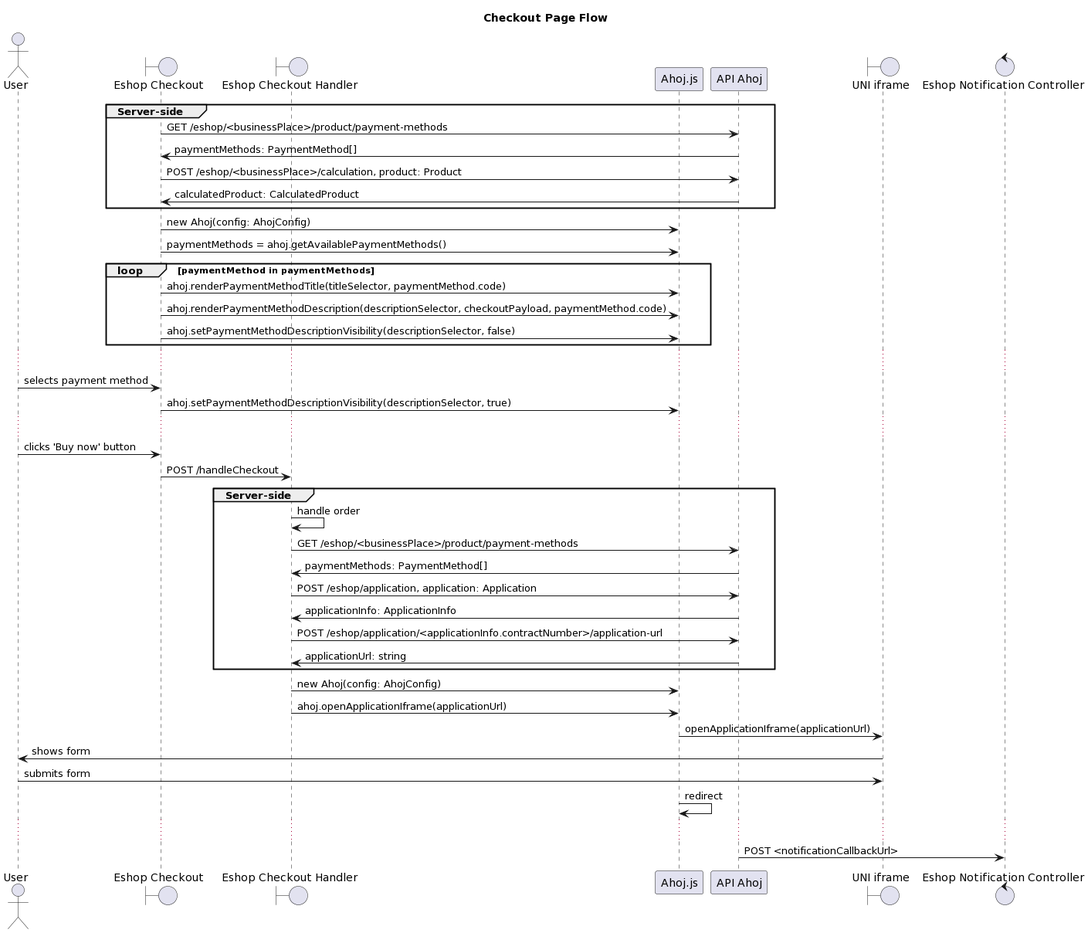
This is checkout-sequence-diagram.png from mmedzay/ahoj-uniapi, a PlantUML export, as it was before one commit.
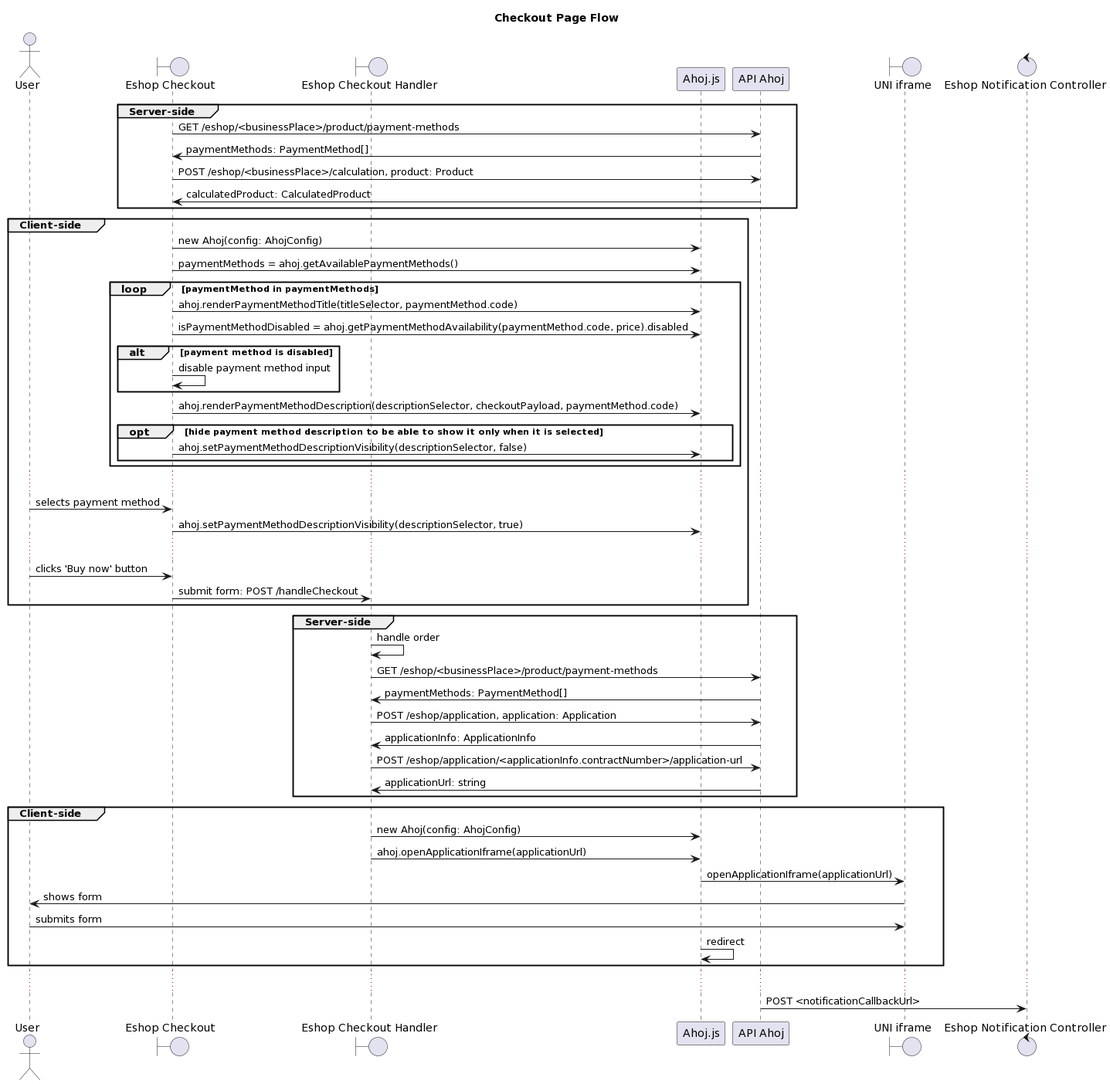
The same diagram one commit later.

What changed in the source:
```diff
@@ -9,39 +9,49 @@
 control "Eshop Notification Controller"
 
 group Server-side
-"Eshop Checkout" -> "API Ahoj": GET /eshop/<businessPlace>/product/payment-methods
-"API Ahoj" -> "Eshop Checkout": paymentMethods: PaymentMethod[]
-"Eshop Checkout" -> "API Ahoj": POST /eshop/<businessPlace>/calculation, product: Product
-"API Ahoj" -> "Eshop Checkout": calculatedProduct: CalculatedProduct
+    "Eshop Checkout" -> "API Ahoj": GET /eshop/<businessPlace>/product/payment-methods
+    "API Ahoj" -> "Eshop Checkout": paymentMethods: PaymentMethod[]
+    "Eshop Checkout" -> "API Ahoj": POST /eshop/<businessPlace>/calculation, product: Product
+    "API Ahoj" -> "Eshop Checkout": calculatedProduct: CalculatedProduct
 end
-"Eshop Checkout" -> Ahoj.js: new Ahoj(config: AhojConfig)
-"Eshop Checkout" -> Ahoj.js: paymentMethods = ahoj.getAvailablePaymentMethods()
-loop paymentMethod in paymentMethods
-"Eshop Checkout" -> Ahoj.js: ahoj.renderPaymentMethodTitle(titleSelector, paymentMethod.code)
-"Eshop Checkout" -> Ahoj.js: ahoj.renderPaymentMethodDescription(descriptionSelector, checkoutPayload, paymentMethod.code)
-"Eshop Checkout" -> Ahoj.js: ahoj.setPaymentMethodDescriptionVisibility(descriptionSelector, false)
+group Client-side
+    "Eshop Checkout" -> Ahoj.js: new Ahoj(config: AhojConfig)
+    "Eshop Checkout" -> Ahoj.js: paymentMethods = ahoj.getAvailablePaymentMethods()
+    loop paymentMethod in paymentMethods
+        "Eshop Checkout" -> Ahoj.js: ahoj.renderPaymentMethodTitle(titleSelector, paymentMethod.code)
+        "Eshop Checkout" -> Ahoj.js: isPaymentMethodDisabled = ahoj.getPaymentMethodAvailability(paymentMethod.code, price).disabled
+        alt payment method is disabled
+            "Eshop Checkout" -> "Eshop Checkout": disable payment method input
+        end
+        "Eshop Checkout" -> Ahoj.js: ahoj.renderPaymentMethodDescription(descriptionSelector, checkoutPayload, paymentMethod.code)
+        opt hide payment method description to be able to show it only when it is selected
+            "Eshop Checkout" -> Ahoj.js: ahoj.setPaymentMethodDescriptionVisibility(descriptionSelector, false)
+        end
+    end
+    ...
+    User -> "Eshop Checkout": selects payment method
+    "Eshop Checkout" -> Ahoj.js: ahoj.setPaymentMethodDescriptionVisibility(descriptionSelector, true)
+    ...
+    User -> "Eshop Checkout": clicks 'Buy now' button
+    "Eshop Checkout" -> "Eshop Checkout Handler": submit form: POST /handleCheckout
 end
-...
-User -> "Eshop Checkout": selects payment method
-"Eshop Checkout" -> Ahoj.js: ahoj.setPaymentMethodDescriptionVisibility(descriptionSelector, true)
-...
-User -> "Eshop Checkout": clicks 'Buy now' button
-"Eshop Checkout" -> "Eshop Checkout Handler": POST /handleCheckout
 group Server-side
-"Eshop Checkout Handler" -> "Eshop Checkout Handler": handle order
-"Eshop Checkout Handler" -> "API Ahoj": GET /eshop/<businessPlace>/product/payment-methods
-"API Ahoj" -> "Eshop Checkout Handler": paymentMethods: PaymentMethod[]
-"Eshop Checkout Handler" -> "API Ahoj": POST /eshop/application, application: Application
-"API Ahoj" -> "Eshop Checkout Handler": applicationInfo: ApplicationInfo
-"Eshop Checkout Handler" -> "API Ahoj": POST /eshop/application/<applicationInfo.contractNumber>/application-url
-"API Ahoj" -> "Eshop Checkout Handler": applicationUrl: string
+    "Eshop Checkout Handler" -> "Eshop Checkout Handler": handle order
+    "Eshop Checkout Handler" -> "API Ahoj": GET /eshop/<businessPlace>/product/payment-methods
+    "API Ahoj" -> "Eshop Checkout Handler": paymentMethods: PaymentMethod[]
+    "Eshop Checkout Handler" -> "API Ahoj": POST /eshop/application, application: Application
+    "API Ahoj" -> "Eshop Checkout Handler": applicationInfo: ApplicationInfo
+    "Eshop Checkout Handler" -> "API Ahoj": POST /eshop/application/<applicationInfo.contractNumber>/application-url
+    "API Ahoj" -> "Eshop Checkout Handler": applicationUrl: string
 end
-"Eshop Checkout Handler" -> Ahoj.js: new Ahoj(config: AhojConfig)
-"Eshop Checkout Handler" -> Ahoj.js: ahoj.openApplicationIframe(applicationUrl)
-Ahoj.js -> "UNI iframe": openApplicationIframe(applicationUrl)
-"UNI iframe" -> User: shows form
-User -> "UNI iframe": submits form
-Ahoj.js -> Ahoj.js: redirect
+group Client-side
+    "Eshop Checkout Handler" -> Ahoj.js: new Ahoj(config: AhojConfig)
+    "Eshop Checkout Handler" -> Ahoj.js: ahoj.openApplicationIframe(applicationUrl)
+    Ahoj.js -> "UNI iframe": openApplicationIframe(applicationUrl)
+    "UNI iframe" -> User: shows form
+    User -> "UNI iframe": submits form
+    Ahoj.js -> Ahoj.js: redirect
+end
 ...
 "API Ahoj" -> "Eshop Notification Controller": POST <notificationCallbackUrl>
 @enduml
```
